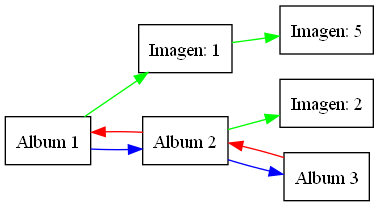
C-FernandoSazo/EDD_PROYECTOF2_202202906 keeps this Graphviz diagram as img/lista_album.png. Above is the earlier version. Its source is kept beside it as dot/lista_album.dot. Its diagram source:
```dot
 digraph albums {
     rankdir=LR;
     node [shape=record];
 "Node           1 " [label="Album 1"];
 "Node           1 Img           1 " [label=" Imagen:            1 "];
 "Node           1 " -> "Node           1 Img           1 " [color=green];
 "Node           1 Img           1 " -> "Node           1 Img           2 " [color=green];
 "Node           1 Img           2 " [label=" Imagen:            5 "];
     "Node           1 " -> "Node           2 " [color=blue];
     "Node           2 " -> "Node           1 " [color=red];
 "Node           2 " [label="Album 2"];
 "Node           2 Img           1 " [label=" Imagen:            2 "];
 "Node           2 " -> "Node           2 Img           1 " [color=green];
     "Node           2 " -> "Node           3 " [color=blue];
     "Node           3 " -> "Node           2 " [color=red];
 "Node           3 " [label="Album 3"];
 }
```
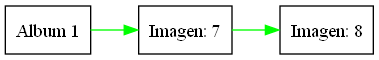
The same diagram one commit later.

Diff of the diagram source:
```diff
@@ -2,16 +2,8 @@
      rankdir=LR;
      node [shape=record];
  "Node           1 " [label="Album 1"];
- "Node           1 Img           1 " [label=" Imagen:            1 "];
+ "Node           1 Img           1 " [label=" Imagen:            7 "];
  "Node           1 " -> "Node           1 Img           1 " [color=green];
  "Node           1 Img           1 " -> "Node           1 Img           2 " [color=green];
- "Node           1 Img           2 " [label=" Imagen:            5 "];
-     "Node           1 " -> "Node           2 " [color=blue];
-     "Node           2 " -> "Node           1 " [color=red];
- "Node           2 " [label="Album 2"];
- "Node           2 Img           1 " [label=" Imagen:            2 "];
- "Node           2 " -> "Node           2 Img           1 " [color=green];
-     "Node           2 " -> "Node           3 " [color=blue];
-     "Node           3 " -> "Node           2 " [color=red];
- "Node           3 " [label="Album 3"];
+ "Node           1 Img           2 " [label=" Imagen:            8 "];
  }
```
